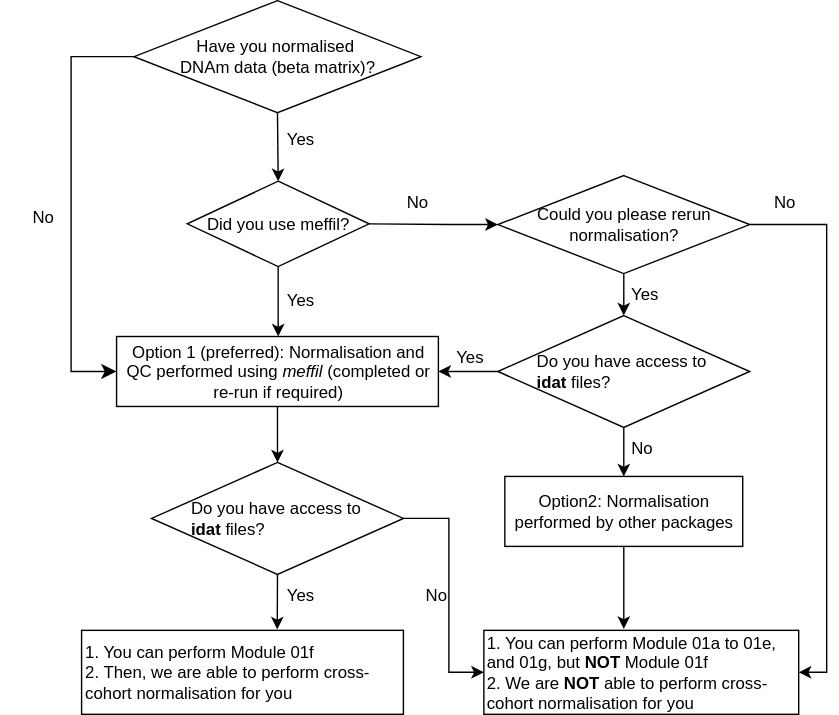
Above: images/meth_data_flowchart.drawio.svg in dianajuvi89/DEEP_mqtls.wiki_copy (draw.io), before the change. Source tidied: cells renumbered, new cells last; positions are measured from the earlier drawing's top-left corner, leaving out a move shared by most shapes.
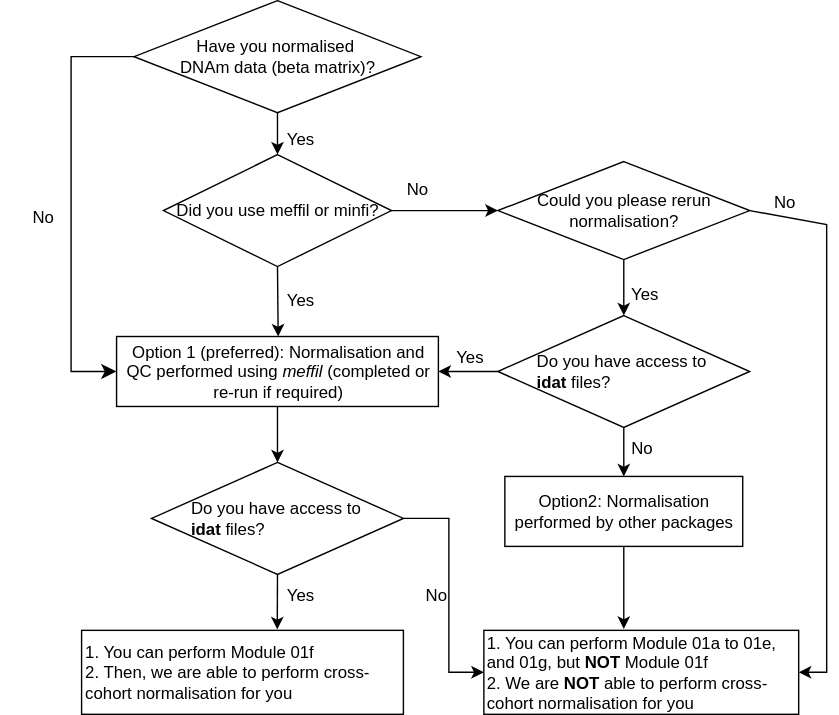
After the change.

Diff of the diagram source:
```diff
@@ -6,7 +6,7 @@
       <mxGeometry x="95" width="205" height="80" as="geometry" />
     </mxCell>
     <mxCell id="3" value="&lt;div style=&quot;&quot;&gt;Could you please rerun normalisation?&lt;/div&gt;" style="rhombus;whiteSpace=wrap;html=1;align=center;" parent="1" vertex="1">
-      <mxGeometry x="355" y="125" width="180" height="70" as="geometry" />
+      <mxGeometry x="355" y="115" width="180" height="70" as="geometry" />
     </mxCell>
     <mxCell id="4" style="endArrow=classic;html=1;rounded=0;exitX=0.5;exitY=1;exitDx=0;exitDy=0;entryX=0.5;entryY=0;entryDx=0;entryDy=0;" parent="1" edge="1" source="2" target="7">
       <mxGeometry relative="1" as="geometry" />
@@ -17,8 +17,8 @@
     <mxCell id="6" value="Option 1 (preferred): Normalisation and QC performed using &lt;em&gt;meffil&lt;/em&gt; (completed or re-run if required)" style="rounded=0;whiteSpace=wrap;html=1;" parent="1" vertex="1">
       <mxGeometry x="82.5" y="240" width="230" height="50" as="geometry" />
     </mxCell>
-    <mxCell id="7" value="Did you use meffil?" style="rhombus;whiteSpace=wrap;html=1;" parent="1" vertex="1">
-      <mxGeometry x="133" y="129" width="130" height="61" as="geometry" />
+    <mxCell id="7" value="Did you use meffil or minfi?" style="rhombus;whiteSpace=wrap;html=1;" parent="1" vertex="1">
+      <mxGeometry x="116" y="110" width="163" height="80" as="geometry" />
     </mxCell>
     <mxCell id="8" style="endArrow=classic;html=1;rounded=0;exitX=0.5;exitY=1;exitDx=0;exitDy=0;" parent="1" edge="1" source="7">
       <mxGeometry relative="1" as="geometry">
@@ -28,16 +28,8 @@
     <mxCell id="9" value="Yes" style="text;html=1;align=center;verticalAlign=middle;whiteSpace=wrap;rounded=0;" parent="1" vertex="1">
       <mxGeometry x="184" y="199" width="60" height="30" as="geometry" />
     </mxCell>
-    <mxCell id="10" style="endArrow=classic;html=1;rounded=0;exitX=1;exitY=0.5;exitDx=0;exitDy=0;entryX=0;entryY=0.5;entryDx=0;entryDy=0;" parent="1" edge="1" source="7" target="3">
-      <mxGeometry relative="1" as="geometry">
-        <Array as="points">
-          <mxPoint x="320" y="160" />
-          <mxPoint x="330" y="160" />
-        </Array>
-      </mxGeometry>
-    </mxCell>
     <mxCell id="11" value="No" style="text;html=1;align=center;verticalAlign=middle;whiteSpace=wrap;rounded=0;" parent="1" vertex="1">
-      <mxGeometry x="260" y="129" width="75" height="30" as="geometry" />
+      <mxGeometry x="260" y="120" width="75" height="30" as="geometry" />
     </mxCell>
     <mxCell id="12" value="No" style="text;html=1;align=center;verticalAlign=middle;whiteSpace=wrap;rounded=0;" parent="1" vertex="1">
       <mxGeometry x="427.5" y="305" width="60" height="30" as="geometry" />
@@ -122,5 +114,8 @@
     <mxCell id="32" value="No" style="text;html=1;align=center;verticalAlign=middle;whiteSpace=wrap;rounded=0;" parent="1" vertex="1">
       <mxGeometry x="281" y="410" width="60" height="30" as="geometry" />
     </mxCell>
+    <mxCell id="33" style="endArrow=classic;html=1;rounded=0;exitX=0.25;exitY=1;exitDx=0;exitDy=0;entryX=0;entryY=0.5;entryDx=0;entryDy=0;" parent="1" edge="1" source="11" target="3">
+      <mxGeometry relative="1" as="geometry" />
+    </mxCell>
   </root>
 </mxGraphModel>
```
